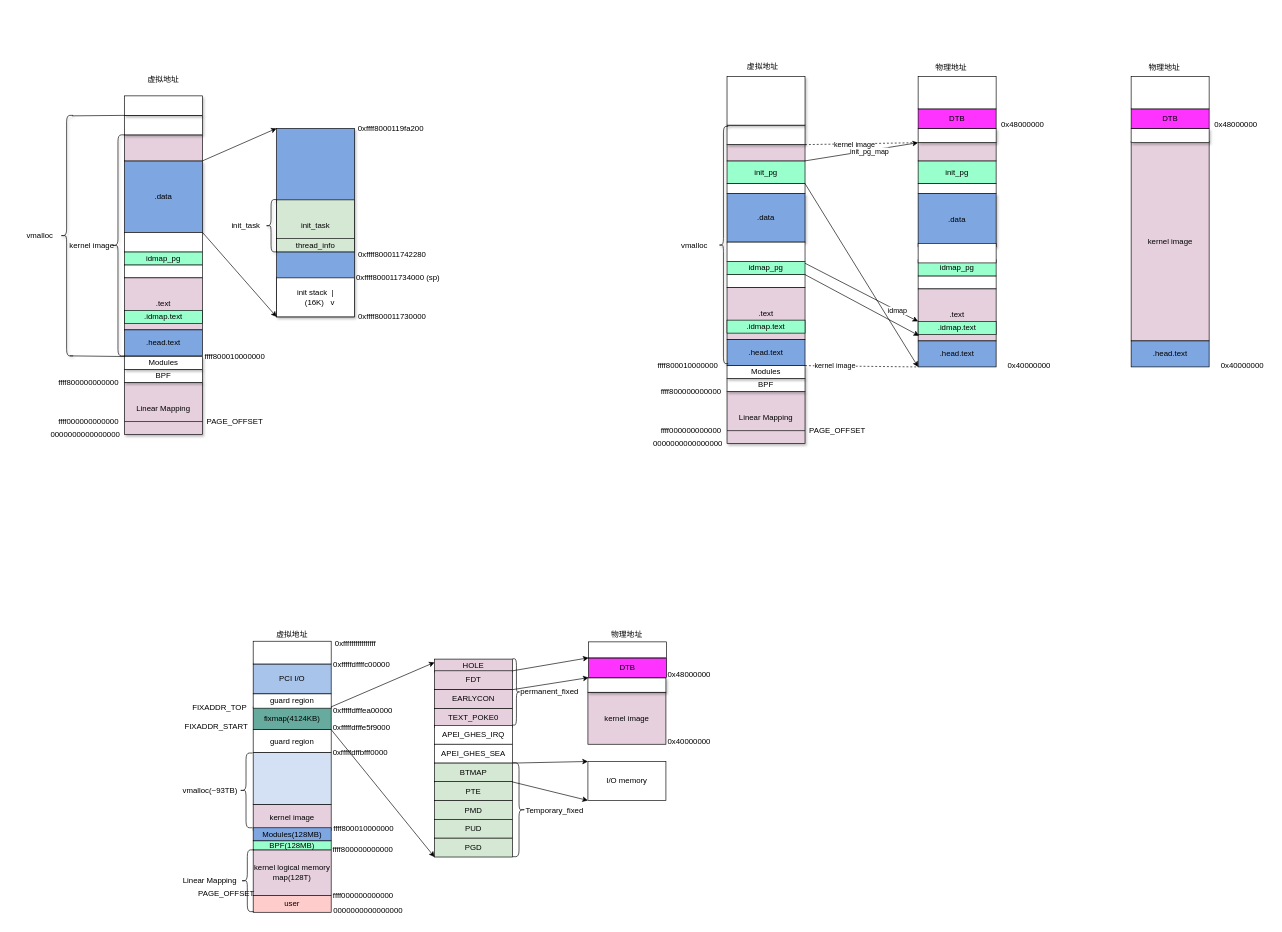
Before: kernel_start.drawio in jasonactions/graph, a draw.io diagram. Source tidied: cells renumbered, new cells numbered last; positions are measured from the earlier drawing's top-left corner, leaving out a move shared by most shapes. Both pictures are drawn from the tidied source at 65%, with x=0, y=0 at pixel (14, 60).
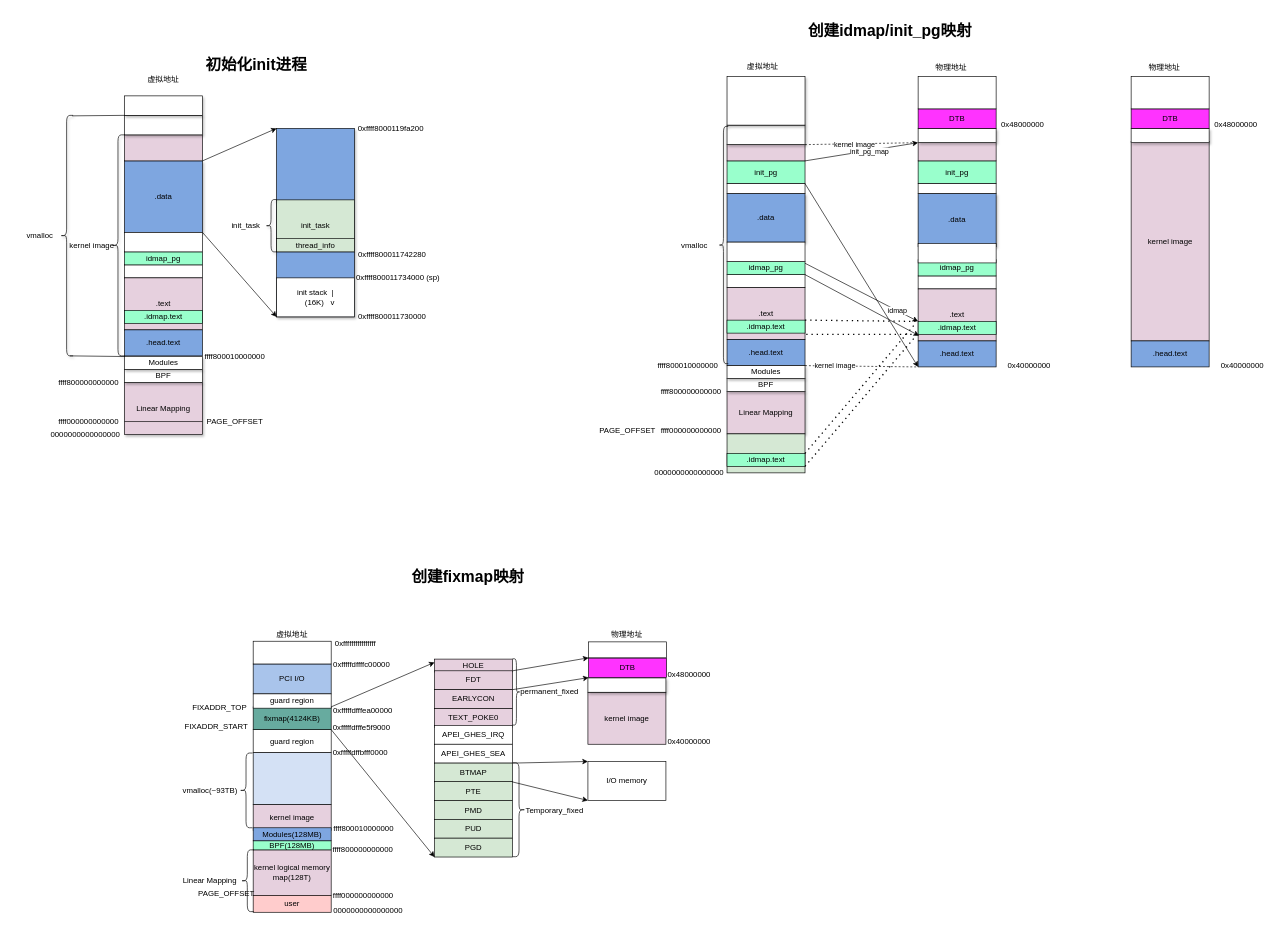
The same diagram, later.

The change refers to these unchanged cells:
```xml
<mxCell id="7" value=".text" style="rounded=0;whiteSpace=wrap;html=1;fillColor=#E6D0DE;" parent="1" vertex="1">
  <mxGeometry x="1097" y="350" width="120" height="80" as="geometry" />
</mxCell>
<mxCell id="14" value=".text" style="rounded=0;whiteSpace=wrap;html=1;fillColor=#E6D0DE;" parent="1" vertex="1">
  <mxGeometry x="1391" y="352" width="120" height="80" as="geometry" />
</mxCell>
<mxCell id="18" value=".idmap.text" style="rounded=0;whiteSpace=wrap;html=1;fillColor=#99FFCC;" parent="1" vertex="1">
  <mxGeometry x="1391" y="402" width="120" height="20" as="geometry" />
</mxCell>
<mxCell id="38" value=".idmap.text" style="rounded=0;whiteSpace=wrap;html=1;fillColor=#99FFCC;" parent="1" vertex="1">
  <mxGeometry x="1097" y="400" width="120" height="20" as="geometry" />
</mxCell>
```

Diff of the diagram source:
```diff
@@
     <mxCell id="25" value="Linear Mapping" style="rounded=0;whiteSpace=wrap;html=1;shadow=1;fillColor=#E6D0DE;" parent="1" vertex="1">
-      <mxGeometry x="1097" y="510" width="120" height="80" as="geometry" />
+      <mxGeometry x="1097" y="510" width="120" height="65" as="geometry" />
     </mxCell>
@@
     <mxCell id="29" value="0000000000000000" style="text;html=1;strokeColor=none;fillColor=none;align=center;verticalAlign=middle;whiteSpace=wrap;rounded=0;shadow=1;" parent="1" vertex="1">
-      <mxGeometry x="987" y="580" width="100" height="20" as="geometry" />
+      <mxGeometry x="989" y="625" width="100" height="20" as="geometry" />
     </mxCell>
@@
-    <mxCell id="32" style="endArrow=none;html=1;exitX=0;exitY=0.75;exitDx=0;exitDy=0;entryX=1;entryY=0.75;entryDx=0;entryDy=0;" parent="1" edge="1" source="25" target="25">
-      <mxGeometry relative="1" as="geometry" />
-    </mxCell>
@@
     <mxCell id="42" value="PAGE_OFFSET" style="text;html=1;strokeColor=none;fillColor=none;align=center;verticalAlign=middle;whiteSpace=wrap;rounded=0;shadow=1;" parent="1" vertex="1">
-      <mxGeometry x="1217" y="560" width="100" height="20" as="geometry" />
+      <mxGeometry x="894" y="560" width="100" height="20" as="geometry" />
     </mxCell>
@@
+    <mxCell id="158" value="&lt;h1&gt;初始化init进程&lt;/h1&gt;" style="text;html=1;strokeColor=none;fillColor=none;spacing=5;spacingTop=-20;whiteSpace=wrap;overflow=hidden;rounded=0;shadow=0;" parent="1" vertex="1">
+      <mxGeometry x="290" y="-12.5" width="190" height="45" as="geometry" />
+    </mxCell>
+    <mxCell id="159" value="&lt;h1&gt;创建idmap/init_pg映射&lt;/h1&gt;" style="text;html=1;strokeColor=none;fillColor=none;spacing=5;spacingTop=-20;whiteSpace=wrap;overflow=hidden;rounded=0;shadow=0;" parent="1" vertex="1">
+      <mxGeometry x="1217" y="-65" width="270" height="50" as="geometry" />
+    </mxCell>
+    <mxCell id="160" value="&lt;h1&gt;创建fixmap映射&lt;/h1&gt;" style="text;html=1;strokeColor=none;fillColor=none;spacing=5;spacingTop=-20;whiteSpace=wrap;overflow=hidden;rounded=0;shadow=0;" parent="1" vertex="1">
+      <mxGeometry x="607" y="775" width="190" height="47" as="geometry" />
+    </mxCell>
+    <mxCell id="161" style="rounded=0;whiteSpace=wrap;html=1;shadow=0;strokeColor=#000000;fillColor=#D5E8D4;" parent="1" vertex="1">
+      <mxGeometry x="1097" y="575" width="120" height="60" as="geometry" />
+    </mxCell>
+    <mxCell id="162" value=".idmap.text" style="rounded=0;whiteSpace=wrap;html=1;shadow=0;strokeColor=#000000;fillColor=#99FFCC;" parent="1" vertex="1">
+      <mxGeometry x="1097" y="605" width="120" height="20" as="geometry" />
+    </mxCell>
+    <mxCell id="163" style="endArrow=none;dashed=1;html=1;dashPattern=1 3;strokeWidth=2;fillColor=#FF3333;exitX=1;exitY=0;exitDx=0;exitDy=0;entryX=0;entryY=0;entryDx=0;entryDy=0;" parent="1" edge="1" source="38" target="18">
+      <mxGeometry relative="1" as="geometry" />
+    </mxCell>
+    <mxCell id="164" style="endArrow=none;dashed=1;html=1;dashPattern=1 3;strokeWidth=2;fillColor=#FF3333;exitX=1.016;exitY=0.9;exitDx=0;exitDy=0;exitPerimeter=0;entryX=0;entryY=0.875;entryDx=0;entryDy=0;entryPerimeter=0;" parent="1" edge="1" source="7" target="14">
+      <mxGeometry relative="1" as="geometry" />
+    </mxCell>
+    <mxCell id="165" style="endArrow=none;dashed=1;html=1;dashPattern=1 3;strokeWidth=2;fillColor=#FF3333;exitX=1;exitY=0;exitDx=0;exitDy=0;" parent="1" edge="1" source="162">
+      <mxGeometry relative="1" as="geometry">
+        <mxPoint x="1387" y="405" as="targetPoint" />
+      </mxGeometry>
+    </mxCell>
+    <mxCell id="166" style="endArrow=none;dashed=1;html=1;dashPattern=1 3;strokeWidth=2;fillColor=#FF3333;exitX=1;exitY=1;exitDx=0;exitDy=0;" parent="1" edge="1" source="162">
+      <mxGeometry relative="1" as="geometry">
+        <mxPoint x="1387" y="425" as="targetPoint" />
+      </mxGeometry>
+    </mxCell>
```
